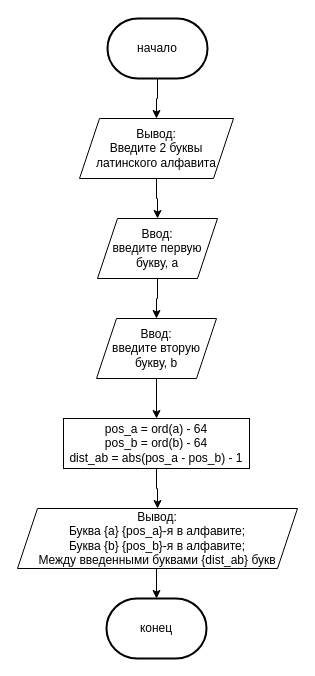
Above: page "les_1_task_4" (3 of 5) of Untitled Diagram.drawio in Fawe0000/Algoritms_for_pitone (draw.io), before the change. Source tidied: cells renumbered, new cells numbered last; positions are measured from the earlier drawing's top-left corner, leaving out a move shared by most shapes. Both pictures are drawn from the tidied source at 100%, with x=0, y=0 at pixel (17, 18).
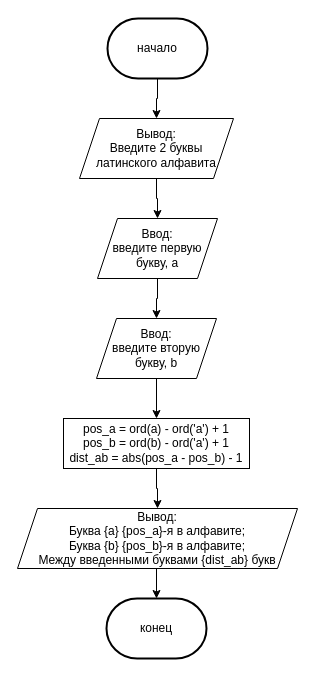
The same page after the edit.

Change to the diagram source:
```diff
@@
 <mxGraphModel>
   <root>
     <mxCell id="0" />
     <mxCell id="1" parent="0" />
     <mxCell id="2" style="edgeStyle=orthogonalEdgeStyle;rounded=0;jettySize=auto;html=1;exitX=0.5;exitY=1;exitDx=0;exitDy=0;exitPerimeter=0;entryX=0.5;entryY=0;entryDx=0;entryDy=0;" parent="1" edge="1" source="3" target="5">
       <mxGeometry relative="1" as="geometry" />
     </mxCell>
     <mxCell id="3" value="начало" style="strokeWidth=2;html=1;shape=mxgraph.flowchart.terminator;whiteSpace=wrap;" parent="1" vertex="1">
       <mxGeometry x="90" width="100" height="60" as="geometry" />
     </mxCell>
     <mxCell id="4" style="edgeStyle=orthogonalEdgeStyle;rounded=0;jettySize=auto;html=1;exitX=0.5;exitY=1;exitDx=0;exitDy=0;entryX=0.5;entryY=0;entryDx=0;entryDy=0;" parent="1" edge="1" source="5" target="7">
       <mxGeometry relative="1" as="geometry" />
     </mxCell>
     <mxCell id="5" value="Вывод: &lt;br&gt;Введите 2 буквы латинского алфавита" style="shape=parallelogram;perimeter=parallelogramPerimeter;whiteSpace=wrap;html=1;fixedSize=1;" parent="1" vertex="1">
       <mxGeometry x="62" y="100" width="154" height="60" as="geometry" />
     </mxCell>
     <mxCell id="6" style="edgeStyle=orthogonalEdgeStyle;rounded=0;jettySize=auto;html=1;exitX=0.5;exitY=1;exitDx=0;exitDy=0;entryX=0.5;entryY=0;entryDx=0;entryDy=0;" parent="1" edge="1" source="7" target="9">
       <mxGeometry relative="1" as="geometry" />
     </mxCell>
     <mxCell id="7" value="Ввод:&lt;br&gt;введите первую букву, a" style="shape=parallelogram;perimeter=parallelogramPerimeter;whiteSpace=wrap;html=1;fixedSize=1;" parent="1" vertex="1">
       <mxGeometry x="80" y="200" width="120" height="60" as="geometry" />
     </mxCell>
     <mxCell id="8" style="edgeStyle=orthogonalEdgeStyle;rounded=0;jettySize=auto;html=1;exitX=0.5;exitY=1;exitDx=0;exitDy=0;entryX=0.5;entryY=0;entryDx=0;entryDy=0;" parent="1" edge="1" source="9" target="11">
       <mxGeometry relative="1" as="geometry" />
     </mxCell>
     <mxCell id="9" value="Ввод:&lt;br&gt;введите вторую букву, b" style="shape=parallelogram;perimeter=parallelogramPerimeter;whiteSpace=wrap;html=1;fixedSize=1;" parent="1" vertex="1">
       <mxGeometry x="79" y="300" width="120" height="60" as="geometry" />
     </mxCell>
     <mxCell id="10" style="edgeStyle=orthogonalEdgeStyle;rounded=0;jettySize=auto;html=1;exitX=0.5;exitY=1;exitDx=0;exitDy=0;entryX=0.5;entryY=0;entryDx=0;entryDy=0;" parent="1" edge="1" source="11" target="13">
       <mxGeometry relative="1" as="geometry" />
     </mxCell>
-    <mxCell id="11" value="&lt;div&gt;pos_a = ord(a) - 64&lt;/div&gt;&lt;div&gt;pos_b = ord(b) - 64&lt;/div&gt;&lt;div&gt;dist_ab = abs(pos_a - pos_b) - 1&lt;/div&gt;" style="rounded=0;whiteSpace=wrap;html=1;" parent="1" vertex="1">
+    <mxCell id="11" value="&lt;div&gt;&lt;div&gt;pos_a = ord(a) - ord('a') + 1&lt;/div&gt;&lt;div&gt;pos_b = ord(b) - ord('a') + 1&lt;/div&gt;&lt;/div&gt;&lt;div&gt;dist_ab = abs(pos_a - pos_b) - 1&lt;/div&gt;" style="rounded=0;whiteSpace=wrap;html=1;" parent="1" vertex="1">
       <mxGeometry x="46" y="400" width="186" height="50" as="geometry" />
     </mxCell>
     <mxCell id="12" style="edgeStyle=orthogonalEdgeStyle;rounded=0;jettySize=auto;html=1;exitX=0.5;exitY=1;exitDx=0;exitDy=0;entryX=0.5;entryY=0;entryDx=0;entryDy=0;entryPerimeter=0;" parent="1" edge="1" source="13" target="14">
       <mxGeometry relative="1" as="geometry" />
     </mxCell>
     <mxCell id="13" value="Вывод:&lt;br&gt;&lt;div&gt;Буква {a} {pos_a}-я в алфавите;&lt;/div&gt;&lt;div&gt;Буква {b} {pos_b}-я в алфавите;&lt;/div&gt;&lt;div&gt;Между введенными буквами {dist_ab} букв&lt;/div&gt;" style="shape=parallelogram;perimeter=parallelogramPerimeter;whiteSpace=wrap;html=1;fixedSize=1;" parent="1" vertex="1">
       <mxGeometry y="490" width="280" height="60" as="geometry" />
     </mxCell>
     <mxCell id="14" value="конец" style="strokeWidth=2;html=1;shape=mxgraph.flowchart.terminator;whiteSpace=wrap;" parent="1" vertex="1">
       <mxGeometry x="89" y="580" width="100" height="60" as="geometry" />
     </mxCell>
   </root>
 </mxGraphModel>
```
